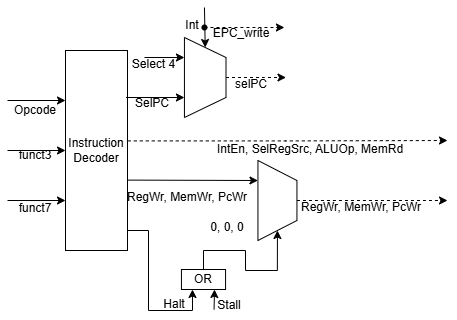
sircuspelle/cached-harvard-risc-assembler keeps this draw.io diagram as ControlUnit.drawio.png. Above is the earlier version. Source tidied: cells renumbered, new cells last; positions are measured from the earlier drawing's top-left corner, leaving out a move shared by most shapes.
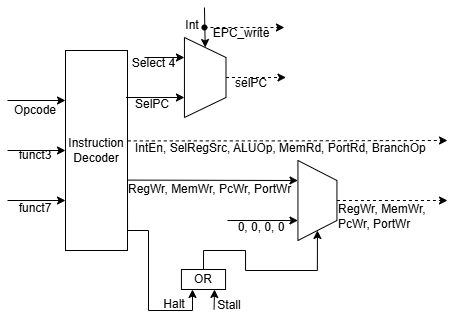
After the change.

Diff of the diagram source:
```diff
@@ -27,11 +27,11 @@
         <mxPoint x="122.5" y="172.6" as="sourcePoint" />
       </mxGeometry>
     </mxCell>
-    <mxCell id="8" value="RegWr, MemWr,&amp;nbsp;&lt;span style=&quot;background-color: transparent; color: light-dark(rgb(0, 0, 0), rgb(255, 255, 255));&quot;&gt;PcWr&lt;/span&gt;" style="text;html=1;whiteSpace=wrap;strokeColor=none;fillColor=none;align=left;verticalAlign=middle;rounded=0;" parent="1" vertex="1">
-      <mxGeometry x="120" y="183" width="166.9" height="14" as="geometry" />
+    <mxCell id="8" value="RegWr, MemWr,&amp;nbsp;&lt;span style=&quot;background-color: transparent; color: light-dark(rgb(0, 0, 0), rgb(255, 255, 255));&quot;&gt;PcWr, PortWr&lt;/span&gt;" style="text;html=1;whiteSpace=wrap;strokeColor=none;fillColor=none;align=left;verticalAlign=middle;rounded=0;" parent="1" vertex="1">
+      <mxGeometry x="121" y="175" width="166.9" height="14" as="geometry" />
     </mxCell>
-    <mxCell id="9" value="0, 0, 0" style="text;html=1;whiteSpace=wrap;strokeColor=none;fillColor=none;align=center;verticalAlign=middle;rounded=0;" parent="1" vertex="1">
-      <mxGeometry x="192.4" y="205" width="60" height="30" as="geometry" />
+    <mxCell id="9" value="0, 0, 0, 0" style="text;html=1;whiteSpace=wrap;strokeColor=none;fillColor=none;align=center;verticalAlign=middle;rounded=0;" parent="1" vertex="1">
+      <mxGeometry x="225.9" y="205" width="60" height="30" as="geometry" />
     </mxCell>
     <mxCell id="10" style="edgeStyle=orthogonalEdgeStyle;rounded=0;jettySize=auto;html=1;dashed=1;" parent="1" edge="1" source="11">
       <mxGeometry relative="1" as="geometry">
@@ -39,7 +39,7 @@
       </mxGeometry>
     </mxCell>
     <mxCell id="11" style="shape=trapezoid;perimeter=trapezoidPerimeter;whiteSpace=wrap;html=1;fixedSize=1;direction=south;" parent="1" vertex="1">
-      <mxGeometry x="252.4" y="153" width="39" height="80" as="geometry" />
+      <mxGeometry x="292.4" y="153" width="39" height="80" as="geometry" />
     </mxCell>
     <mxCell id="12" style="edgeStyle=none;jettySize=auto;html=1;rounded=0;entryX=0.75;entryY=1;entryDx=0;entryDy=0;" parent="1" edge="1" target="30">
       <mxGeometry relative="1" as="geometry">
@@ -52,8 +52,8 @@
     <mxCell id="13" value="Stall" style="text;html=1;whiteSpace=wrap;strokeColor=none;fillColor=none;align=center;verticalAlign=middle;rounded=0;" parent="1" vertex="1">
       <mxGeometry x="208.9" y="293" width="29.5" height="9" as="geometry" />
     </mxCell>
-    <mxCell id="14" value="IntEn, SelRegSrc, ALUOp,&amp;nbsp;&lt;span style=&quot;background-color: transparent; color: light-dark(rgb(0, 0, 0), rgb(255, 255, 255));&quot;&gt;MemRd&lt;/span&gt;" style="text;html=1;whiteSpace=wrap;strokeColor=none;fillColor=none;align=left;verticalAlign=middle;rounded=0;" parent="1" vertex="1">
-      <mxGeometry x="209.5" y="133" width="190" height="17" as="geometry" />
+    <mxCell id="14" value="IntEn, SelRegSrc, ALUOp,&amp;nbsp;&lt;span style=&quot;background-color: transparent; color: light-dark(rgb(0, 0, 0), rgb(255, 255, 255));&quot;&gt;MemRd, PortRd, BranchOp&lt;/span&gt;" style="text;html=1;whiteSpace=wrap;strokeColor=none;fillColor=none;align=left;verticalAlign=middle;rounded=0;" parent="1" vertex="1">
+      <mxGeometry x="128" y="133" width="320" height="17" as="geometry" />
     </mxCell>
     <mxCell id="15" style="edgeStyle=orthogonalEdgeStyle;rounded=0;jettySize=auto;html=1;exitX=0.5;exitY=0;exitDx=0;exitDy=0;entryX=0.75;entryY=1;entryDx=0;entryDy=0;" parent="1" edge="1" target="17">
       <mxGeometry relative="1" as="geometry">
@@ -98,9 +98,6 @@
         <mxPoint x="278.9" y="20" as="targetPoint" />
       </mxGeometry>
     </mxCell>
-    <mxCell id="25" value="RegWr, MemWr,&amp;nbsp;&lt;span style=&quot;background-color: transparent; color: light-dark(rgb(0, 0, 0), rgb(255, 255, 255));&quot;&gt;PcWr&lt;/span&gt;" style="text;html=1;whiteSpace=wrap;strokeColor=none;fillColor=none;align=left;verticalAlign=middle;rounded=0;" parent="1" vertex="1">
-      <mxGeometry x="294.4" y="193" width="131" height="14" as="geometry" />
-    </mxCell>
     <mxCell id="26" style="edgeStyle=none;orthogonalLoop=1;jettySize=auto;html=1;rounded=0;" parent="1" edge="1">
       <mxGeometry relative="1" as="geometry">
         <mxPoint x="218.9" y="18" as="sourcePoint" />
@@ -119,7 +116,7 @@
           <mxPoint x="198" y="243" />
           <mxPoint x="240" y="243" />
           <mxPoint x="240" y="263" />
-          <mxPoint x="272" y="263" />
+          <mxPoint x="312" y="263" />
         </Array>
       </mxGeometry>
     </mxCell>
@@ -154,5 +151,13 @@
         <mxPoint x="2" y="193" as="sourcePoint" />
       </mxGeometry>
     </mxCell>
+    <mxCell id="36" style="edgeStyle=none;jettySize=auto;html=1;rounded=0;entryX=0.75;entryY=1;entryDx=0;entryDy=0;" parent="1" edge="1" target="11">
+      <mxGeometry relative="1" as="geometry">
+        <mxPoint x="222" y="213" as="sourcePoint" />
+      </mxGeometry>
+    </mxCell>
+    <mxCell id="37" value="RegWr, MemWr,&lt;div&gt;&lt;span style=&quot;background-color: transparent; color: light-dark(rgb(0, 0, 0), rgb(255, 255, 255));&quot;&gt;PcWr, PortWr&lt;/span&gt;&lt;/div&gt;" style="text;html=1;whiteSpace=wrap;strokeColor=none;fillColor=none;align=left;verticalAlign=middle;rounded=0;" parent="1" vertex="1">
+      <mxGeometry x="331.4" y="194" width="100.6" height="29" as="geometry" />
+    </mxCell>
   </root>
 </mxGraphModel>
```
